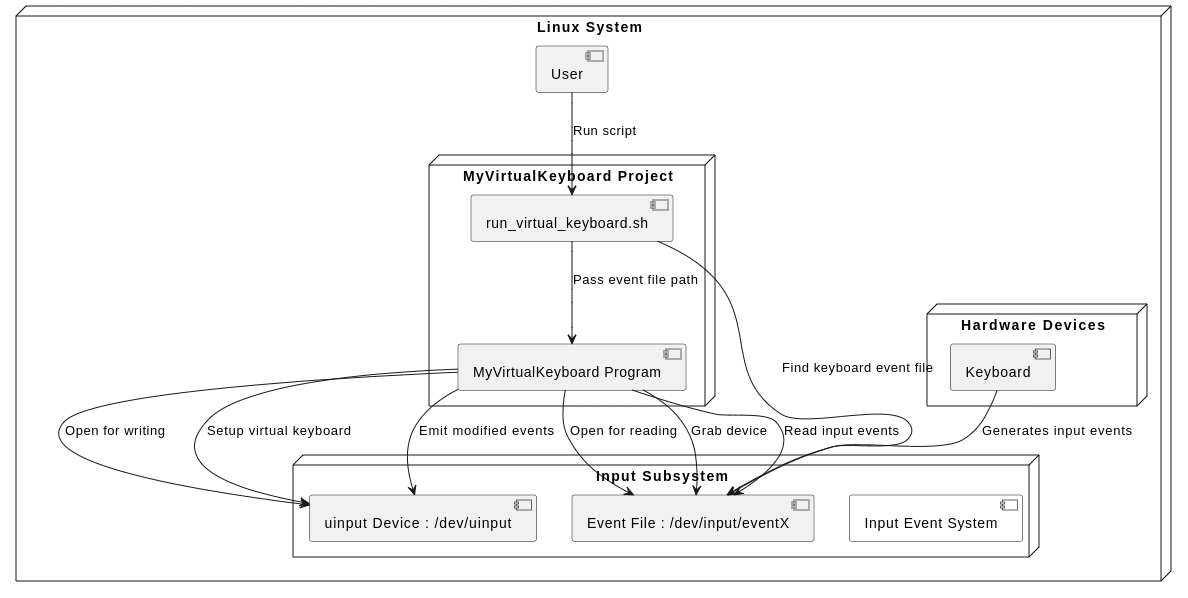
This is image/system.png from ottomossei/my-virtual-keyboard, a PlantUML export, as it was before one commit. Its source is kept beside it as image/system.pu.
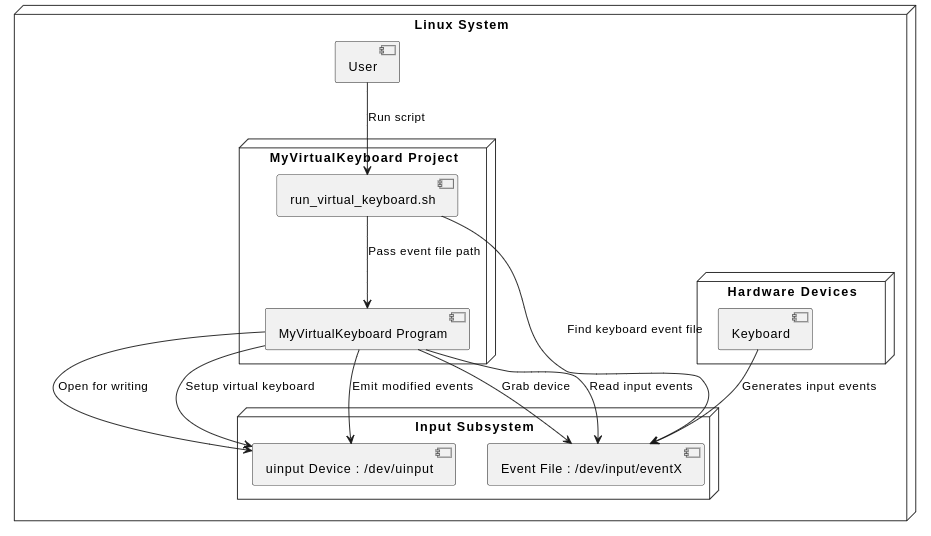
Above is the later version.

The edit, as a diff of the source:
```diff
@@ -6,7 +6,6 @@
     }
 
     node "Input Subsystem" {
-        [Input Event System] #white
         [uinput Device : /dev/uinput]
         [Event File : /dev/input/eventX]
     }
@@ -21,7 +20,6 @@
 [run_virtual_keyboard.sh] --> [Event File : /dev/input/eventX] : Find keyboard event file
 [run_virtual_keyboard.sh] --> [MyVirtualKeyboard Program] : Pass event file path
 
-[MyVirtualKeyboard Program] --> [Event File : /dev/input/eventX] : Open for reading
 [MyVirtualKeyboard Program] --> [uinput Device : /dev/uinput] : Open for writing
 
 [MyVirtualKeyboard Program] --> [Event File : /dev/input/eventX] : Grab device
```
